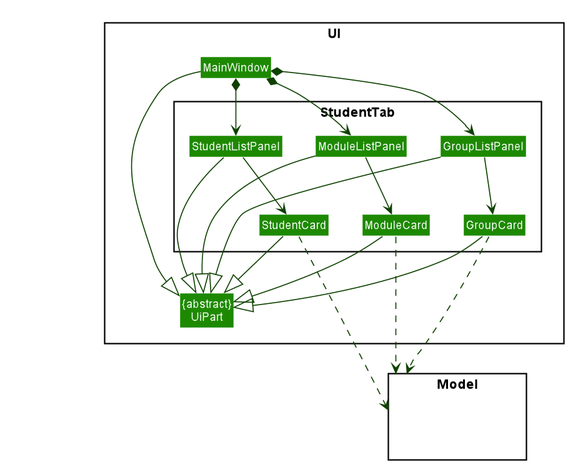
nus-cs2103-AY1920S2/addressbook-level3 keeps this PlantUML diagram as docs/images/StudentTabClassDiagram.png. Above is the earlier version.
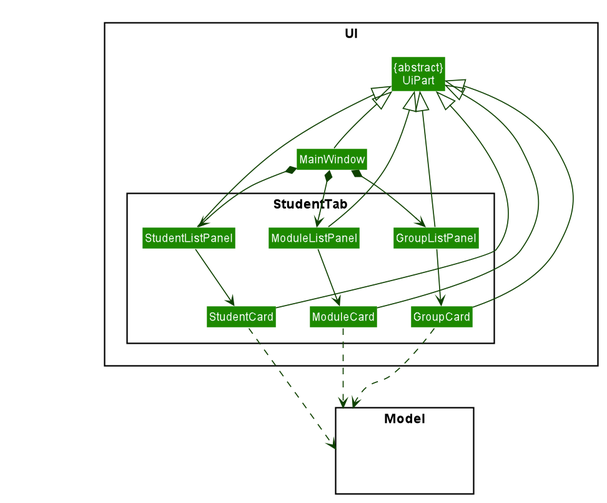
The same file after the commit.

Commit message:
Add object diagram

What changed in the source:
```diff
@@ -79,14 +79,14 @@
 ModuleListPanel --> ModuleCard
 GroupListPanel --> GroupCard
 
-MainWindow -down-|> UiPart
+MainWindow -up-|> UiPart
 
-StudentListPanel -down-|> UiPart
-StudentCard -down-|> UiPart
-ModuleListPanel -down-|> UiPart
-ModuleCard -down-|> UiPart
-GroupListPanel -down-|> UiPart
-GroupCard -down-|> UiPart
+StudentListPanel -up-|> UiPart
+StudentCard -up-|> UiPart
+ModuleListPanel -up-|> UiPart
+ModuleCard -up-|> UiPart
+GroupListPanel -up-|> UiPart
+GroupCard -up-|> UiPart
 
 StudentCard .down.> Model
 ModuleCard .down.> Model
```
